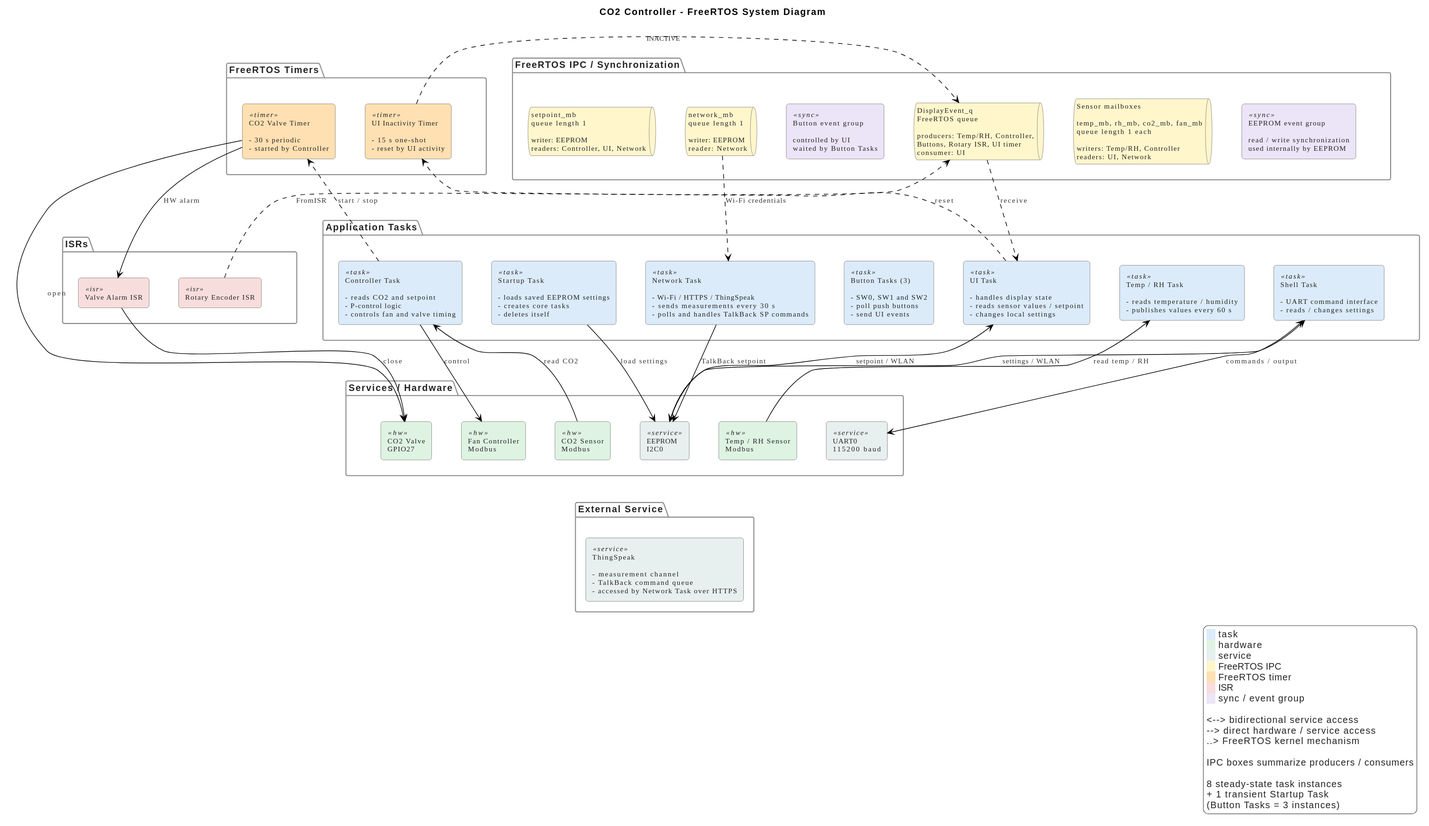
aleksanteril/YetAnotherGreenhouseController keeps this PlantUML diagram as diagrams/out/system_diagram_final/system_diagram_final.svg. Above is the earlier version. The source it was exported from:
```plantuml
@startuml
!theme reddress-lightgreen

title CO2 Controller - FreeRTOS System Diagram

top to bottom direction

skinparam shadowing false
skinparam nodesep 45
skinparam ranksep 58
skinparam defaultTextAlignment left
skinparam ArrowThickness 1
skinparam RectangleRoundCorner 8

skinparam rectangle {
    BorderColor #666666
    FontColor #222222
    BackgroundColor #EDEDED

    BackgroundColor<<task>> #DCEBFA
    BackgroundColor<<hw>> #DFF3E3
    BackgroundColor<<service>> #E7EFEF
    BackgroundColor<<timer>> #FFE0B2
    BackgroundColor<<isr>> #F8DDDD
    BackgroundColor<<sync>> #ECE4F7
}

skinparam queue {
    BorderColor #666666
    FontColor #222222
    BackgroundColor #FFF6CC
}

skinparam package {
    BorderColor #888888
    FontColor #222222
    BackgroundColor #FFFFFF
}

skinparam legend {
    BackgroundColor #FFFFFF
    BorderColor #666666
    FontColor #222222
}



package "FreeRTOS Timers" as TIMERS {

    rectangle "CO2 Valve Timer\n\n- 30 s periodic\n- started by Controller" as VALVE_TIMER <<timer>>

    rectangle "UI Inactivity Timer\n\n- 15 s one-shot\n- reset by UI activity" as UI_TIMER <<timer>>

    VALVE_TIMER -[hidden]right-> UI_TIMER
}



package "FreeRTOS IPC / Synchronization" as IPC {

    queue "setpoint_mb\nqueue length 1\n\nwriter: EEPROM\nreaders: Controller, UI, Network" as SETPOINT_MB

    queue "network_mb\nqueue length 1\n\nwriter: EEPROM\nreader: Network" as NETWORK_MB

    rectangle "Button event group\n\ncontrolled by UI\nwaited by Button Tasks" as BUTTON_EG <<sync>>

    queue "DisplayEvent_q\nFreeRTOS queue\n\nproducers: Temp/RH, Controller,\nButtons, Rotary ISR, UI timer\nconsumer: UI" as DISPLAY_Q

    queue "Sensor mailboxes\n\ntemp_mb, rh_mb, co2_mb, fan_mb\nqueue length 1 each\n\nwriters: Temp/RH, Controller\nreaders: UI, Network" as SENSOR_MB

    rectangle "EEPROM event group\n\nread / write synchronization\nused internally by EEPROM" as EEPROM_EG <<sync>>

    SETPOINT_MB -[hidden]right-> NETWORK_MB
    NETWORK_MB -[hidden]right-> BUTTON_EG
    BUTTON_EG -[hidden]right-> DISPLAY_Q
    DISPLAY_Q -[hidden]right-> SENSOR_MB
    SENSOR_MB -[hidden]right-> EEPROM_EG
}



package "ISRs" as ISRS {

    rectangle "Rotary Encoder ISR" as ROT_ISR <<isr>>

    rectangle "Valve Alarm ISR" as VALVE_ISR <<isr>>

    ROT_ISR -[hidden]right-> VALVE_ISR
}



package "Application Tasks" as TASKS {

    rectangle "Startup Task\n\n- loads saved EEPROM settings\n- creates core tasks\n- deletes itself" as STARTUP_TASK <<task>>

    rectangle "Controller Task\n\n- reads CO2 and setpoint\n- P-control logic\n- controls fan and valve timing" as CTRL_TASK <<task>>

    rectangle "Network Task\n\n- Wi-Fi / HTTPS / ThingSpeak\n- sends measurements every 30 s\n- polls and handles TalkBack SP commands" as NETWORK_TASK <<task>>

    rectangle "Button Tasks (3)\n\n- SW0, SW1 and SW2\n- poll push buttons\n- send UI events" as BUTTON_TASKS <<task>>

    rectangle "UI Task\n\n- handles display state\n- reads sensor values / setpoint\n- changes local settings" as UI_TASK <<task>>

    rectangle "Temp / RH Task\n\n- reads temperature / humidity\n- publishes values every 60 s" as TEMP_TASK <<task>>

    rectangle "Shell Task\n\n- UART command interface\n- reads / changes settings" as SHELL_TASK <<task>>

    STARTUP_TASK -[hidden]right-> CTRL_TASK
    CTRL_TASK -[hidden]right-> NETWORK_TASK
    NETWORK_TASK -[hidden]right-> BUTTON_TASKS
    BUTTON_TASKS -[hidden]right-> UI_TASK
    UI_TASK -[hidden]right-> TEMP_TASK
    TEMP_TASK -[hidden]right-> SHELL_TASK
}



package "Services / Hardware" as HW {

    rectangle "CO2 Valve\nGPIO27" as VALVE <<hw>>

    rectangle "CO2 Sensor\nModbus" as CO2_SENSOR <<hw>>

    rectangle "Fan Controller\nModbus" as FAN <<hw>>

    rectangle "EEPROM\nI2C0" as EEPROM <<service>>

    rectangle "Temp / RH Sensor\nModbus" as TEMP_SENSOR <<hw>>

    rectangle "UART0\n115200 baud" as UART <<service>>

    VALVE -[hidden]right-> CO2_SENSOR
    CO2_SENSOR -[hidden]right-> FAN
    FAN -[hidden]right-> EEPROM
    EEPROM -[hidden]right-> TEMP_SENSOR
    TEMP_SENSOR -[hidden]right-> UART
}



package "External Service" as EXTERNAL {

    rectangle "ThingSpeak\n\n- measurement channel\n- TalkBack command queue\n- accessed by Network Task over HTTPS" as THINGSPEAK <<service>>
}



TIMERS -[hidden]right-> IPC
TIMERS -[hidden]down-> ISRS

IPC -[hidden]down-> TASKS
TASKS -[hidden]down-> HW

ISRS -[hidden]right-> HW

EEPROM -[hidden]down-> THINGSPEAK



SETPOINT_MB -[hidden]down-> CTRL_TASK
NETWORK_MB -[hidden]down-> NETWORK_TASK
BUTTON_EG -[hidden]down-> BUTTON_TASKS
DISPLAY_Q -[hidden]down-> UI_TASK
SENSOR_MB -[hidden]down-> TEMP_TASK
EEPROM_EG -[hidden]down-> SHELL_TASK

CTRL_TASK -[hidden]down-> CO2_SENSOR
UI_TASK -[hidden]down-> EEPROM
TEMP_TASK -[hidden]down-> TEMP_SENSOR
SHELL_TASK -[hidden]down-> UART

VALVE_TIMER -[hidden]down-> VALVE_ISR
UI_TIMER -[hidden]down-> ROT_ISR



STARTUP_TASK --> EEPROM : load settings

NETWORK_MB ..> NETWORK_TASK : Wi-Fi credentials



UI_TASK ..> UI_TIMER : reset

UI_TIMER ..> DISPLAY_Q : INACTIVE

DISPLAY_Q ..> UI_TASK : receive



ROT_ISR ..> DISPLAY_Q : FromISR



CTRL_TASK ..> VALVE_TIMER : start / stop

VALVE_TIMER --> VALVE_ISR : HW alarm

VALVE_TIMER --> VALVE : open

VALVE_ISR --> VALVE : close



CO2_SENSOR --> CTRL_TASK : read CO2

CTRL_TASK --> FAN : control

TEMP_SENSOR --> TEMP_TASK : read temp / RH



UI_TASK <--> EEPROM : setpoint / WLAN

SHELL_TASK <--> EEPROM : settings / WLAN

NETWORK_TASK --> EEPROM : TalkBack setpoint

SHELL_TASK <--> UART : commands / output



legend bottom right
  <back:#DCEBFA>   </back> task
  <back:#DFF3E3>   </back> hardware
  <back:#E7EFEF>   </back> service
  <back:#FFF6CC>   </back> FreeRTOS IPC
  <back:#FFE0B2>   </back> FreeRTOS timer
  <back:#F8DDDD>   </back> ISR
  <back:#ECE4F7>   </back> sync / event group

  <--> bidirectional service access
  -->  direct hardware / service access
  ..>  FreeRTOS kernel mechanism

  IPC boxes summarize producers / consumers

  8 steady-state task instances
  + 1 transient Startup Task
  (Button Tasks = 3 instances)
endlegend
@enduml
```
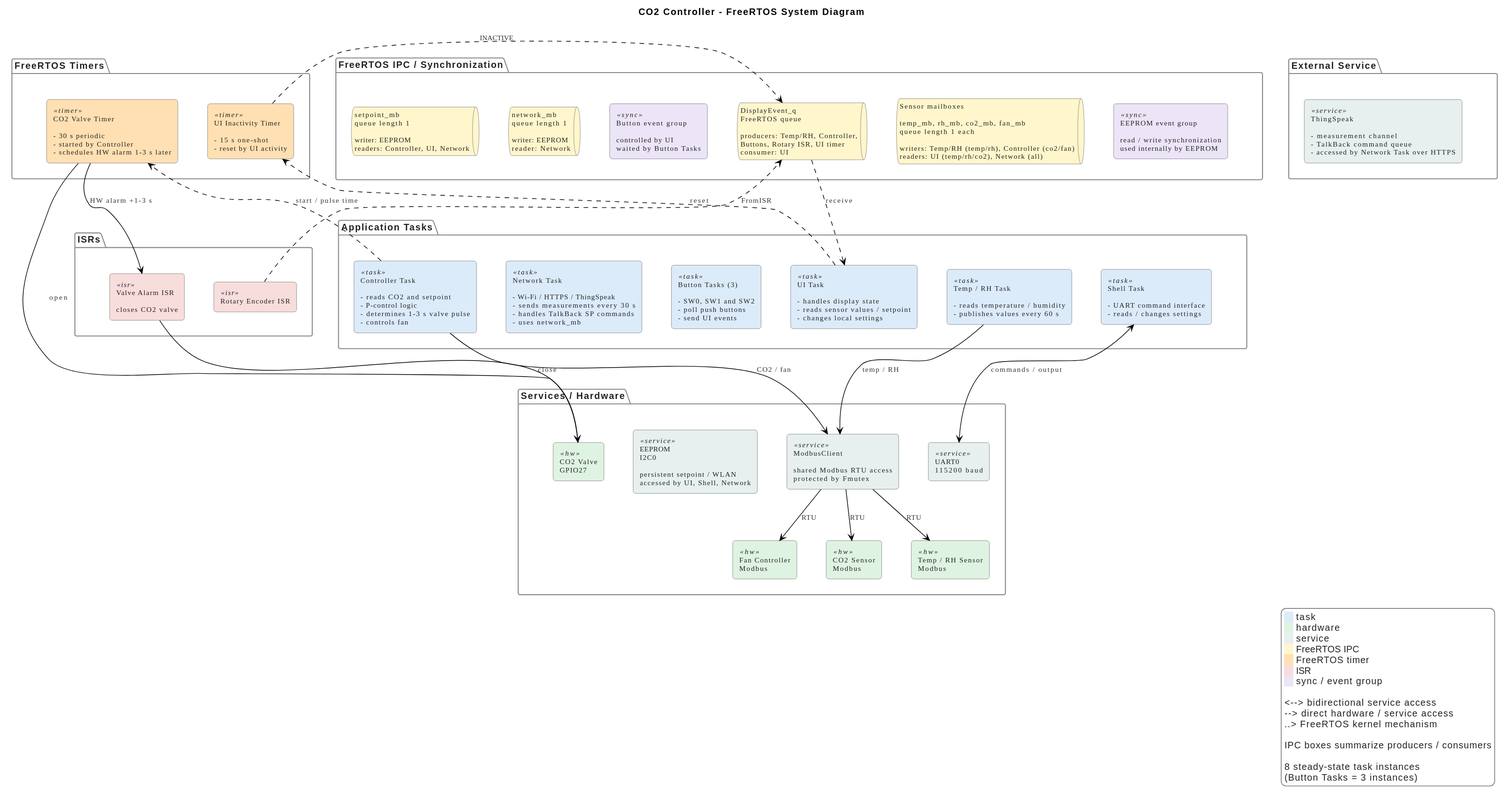
The same file after the commit.

Commit message:
updated modbus client design, removed startup task and simplified the diagram.

Diff of the diagram source:
```diff
@@ -47,7 +47,7 @@
 
 package "FreeRTOS Timers" as TIMERS {
 
-    rectangle "CO2 Valve Timer\n\n- 30 s periodic\n- started by Controller" as VALVE_TIMER <<timer>>
+    rectangle "CO2 Valve Timer\n\n- 30 s periodic\n- started by Controller\n- schedules HW alarm 1-3 s later" as VALVE_TIMER <<timer>>
 
     rectangle "UI Inactivity Timer\n\n- 15 s one-shot\n- reset by UI activity" as UI_TIMER <<timer>>
 
@@ -66,7 +66,7 @@
 
     queue "DisplayEvent_q\nFreeRTOS queue\n\nproducers: Temp/RH, Controller,\nButtons, Rotary ISR, UI timer\nconsumer: UI" as DISPLAY_Q
 
-    queue "Sensor mailboxes\n\ntemp_mb, rh_mb, co2_mb, fan_mb\nqueue length 1 each\n\nwriters: Temp/RH, Controller\nreaders: UI, Network" as SENSOR_MB
+    queue "Sensor mailboxes\n\ntemp_mb, rh_mb, co2_mb, fan_mb\nqueue length 1 each\n\nwriters: Temp/RH (temp/rh), Controller (co2/fan)\nreaders: UI (temp/rh/co2), Network (all)" as SENSOR_MB
 
     rectangle "EEPROM event group\n\nread / write synchronization\nused internally by EEPROM" as EEPROM_EG <<sync>>
 
@@ -79,11 +79,18 @@
 
 
 
+package "External Service" as EXTERNAL {
+
+    rectangle "ThingSpeak\n\n- measurement channel\n- TalkBack command queue\n- accessed by Network Task over HTTPS" as THINGSPEAK <<service>>
+}
+
+
+
 package "ISRs" as ISRS {
 
     rectangle "Rotary Encoder ISR" as ROT_ISR <<isr>>
 
-    rectangle "Valve Alarm ISR" as VALVE_ISR <<isr>>
+    rectangle "Valve Alarm ISR\n\ncloses CO2 valve" as VALVE_ISR <<isr>>
 
     ROT_ISR -[hidden]right-> VALVE_ISR
 }
@@ -92,11 +99,9 @@
 
 package "Application Tasks" as TASKS {
 
-    rectangle "Startup Task\n\n- loads saved EEPROM settings\n- creates core tasks\n- deletes itself" as STARTUP_TASK <<task>>
+    rectangle "Controller Task\n\n- reads CO2 and setpoint\n- P-control logic\n- determines 1-3 s valve pulse\n- controls fan" as CTRL_TASK <<task>>
 
-    rectangle "Controller Task\n\n- reads CO2 and setpoint\n- P-control logic\n- controls fan and valve timing" as CTRL_TASK <<task>>
-
-    rectangle "Network Task\n\n- Wi-Fi / HTTPS / ThingSpeak\n- sends measurements every 30 s\n- polls and handles TalkBack SP commands" as NETWORK_TASK <<task>>
+    rectangle "Network Task\n\n- Wi-Fi / HTTPS / ThingSpeak\n- sends measurements every 30 s\n- handles TalkBack SP commands\n- uses network_mb" as NETWORK_TASK <<task>>
 
     rectangle "Button Tasks (3)\n\n- SW0, SW1 and SW2\n- poll push buttons\n- send UI events" as BUTTON_TASKS <<task>>
 
@@ -106,7 +111,6 @@
 
     rectangle "Shell Task\n\n- UART command interface\n- reads / changes settings" as SHELL_TASK <<task>>
 
-    STARTUP_TASK -[hidden]right-> CTRL_TASK
     CTRL_TASK -[hidden]right-> NETWORK_TASK
     NETWORK_TASK -[hidden]right-> BUTTON_TASKS
     BUTTON_TASKS -[hidden]right-> UI_TASK
@@ -120,64 +124,53 @@
 
     rectangle "CO2 Valve\nGPIO27" as VALVE <<hw>>
 
+    rectangle "ModbusClient\n\nshared Modbus RTU access\nprotected by Fmutex" as MODBUS_CLIENT <<service>>
+
+    rectangle "EEPROM\nI2C0\n\npersistent setpoint / WLAN\naccessed by UI, Shell, Network" as EEPROM <<service>>
+
+    rectangle "UART0\n115200 baud" as UART <<service>>
+
     rectangle "CO2 Sensor\nModbus" as CO2_SENSOR <<hw>>
 
     rectangle "Fan Controller\nModbus" as FAN <<hw>>
 
-    rectangle "EEPROM\nI2C0" as EEPROM <<service>>
-
     rectangle "Temp / RH Sensor\nModbus" as TEMP_SENSOR <<hw>>
 
-    rectangle "UART0\n115200 baud" as UART <<service>>
+    VALVE -[hidden]right-> MODBUS_CLIENT
+    MODBUS_CLIENT -[hidden]right-> EEPROM
+    EEPROM -[hidden]right-> UART
 
-    VALVE -[hidden]right-> CO2_SENSOR
+    MODBUS_CLIENT -[hidden]down-> FAN
+
     CO2_SENSOR -[hidden]right-> FAN
-    FAN -[hidden]right-> EEPROM
-    EEPROM -[hidden]right-> TEMP_SENSOR
-    TEMP_SENSOR -[hidden]right-> UART
-}
-
-
-
-package "External Service" as EXTERNAL {
-
-    rectangle "ThingSpeak\n\n- measurement channel\n- TalkBack command queue\n- accessed by Network Task over HTTPS" as THINGSPEAK <<service>>
+    FAN -[hidden]right-> TEMP_SENSOR
 }
 
 
 
 TIMERS -[hidden]right-> IPC
+IPC -[hidden]right-> EXTERNAL
+
 TIMERS -[hidden]down-> ISRS
-
 IPC -[hidden]down-> TASKS
 TASKS -[hidden]down-> HW
 
 ISRS -[hidden]right-> HW
 
-EEPROM -[hidden]down-> THINGSPEAK
-
 
 
 SETPOINT_MB -[hidden]down-> CTRL_TASK
-NETWORK_MB -[hidden]down-> NETWORK_TASK
 BUTTON_EG -[hidden]down-> BUTTON_TASKS
 DISPLAY_Q -[hidden]down-> UI_TASK
 SENSOR_MB -[hidden]down-> TEMP_TASK
 EEPROM_EG -[hidden]down-> SHELL_TASK
 
-CTRL_TASK -[hidden]down-> CO2_SENSOR
 UI_TASK -[hidden]down-> EEPROM
 TEMP_TASK -[hidden]down-> TEMP_SENSOR
 SHELL_TASK -[hidden]down-> UART
 
 VALVE_TIMER -[hidden]down-> VALVE_ISR
 UI_TIMER -[hidden]down-> ROT_ISR
-
-
-
-STARTUP_TASK --> EEPROM : load settings
-
-NETWORK_MB ..> NETWORK_TASK : Wi-Fi credentials
 
 
 
@@ -193,29 +186,27 @@
 
 
 
-CTRL_TASK ..> VALVE_TIMER : start / stop
-
-VALVE_TIMER --> VALVE_ISR : HW alarm
+CTRL_TASK ..> VALVE_TIMER : start / pulse time
 
 VALVE_TIMER --> VALVE : open
+
+VALVE_TIMER --> VALVE_ISR : HW alarm +1-3 s
 
 VALVE_ISR --> VALVE : close
 
 
 
-CO2_SENSOR --> CTRL_TASK : read CO2
+CTRL_TASK --> MODBUS_CLIENT : CO2 / fan
 
-CTRL_TASK --> FAN : control
+TEMP_TASK --> MODBUS_CLIENT : temp / RH
 
-TEMP_SENSOR --> TEMP_TASK : read temp / RH
+MODBUS_CLIENT --> CO2_SENSOR : RTU
+
+MODBUS_CLIENT --> FAN : RTU
+
+MODBUS_CLIENT --> TEMP_SENSOR : RTU
 
 
-
-UI_TASK <--> EEPROM : setpoint / WLAN
-
-SHELL_TASK <--> EEPROM : settings / WLAN
-
-NETWORK_TASK --> EEPROM : TalkBack setpoint
 
 SHELL_TASK <--> UART : commands / output
 
@@ -237,7 +228,6 @@
   IPC boxes summarize producers / consumers
 
   8 steady-state task instances
-  + 1 transient Startup Task
   (Button Tasks = 3 instances)
 endlegend
 @enduml
```
